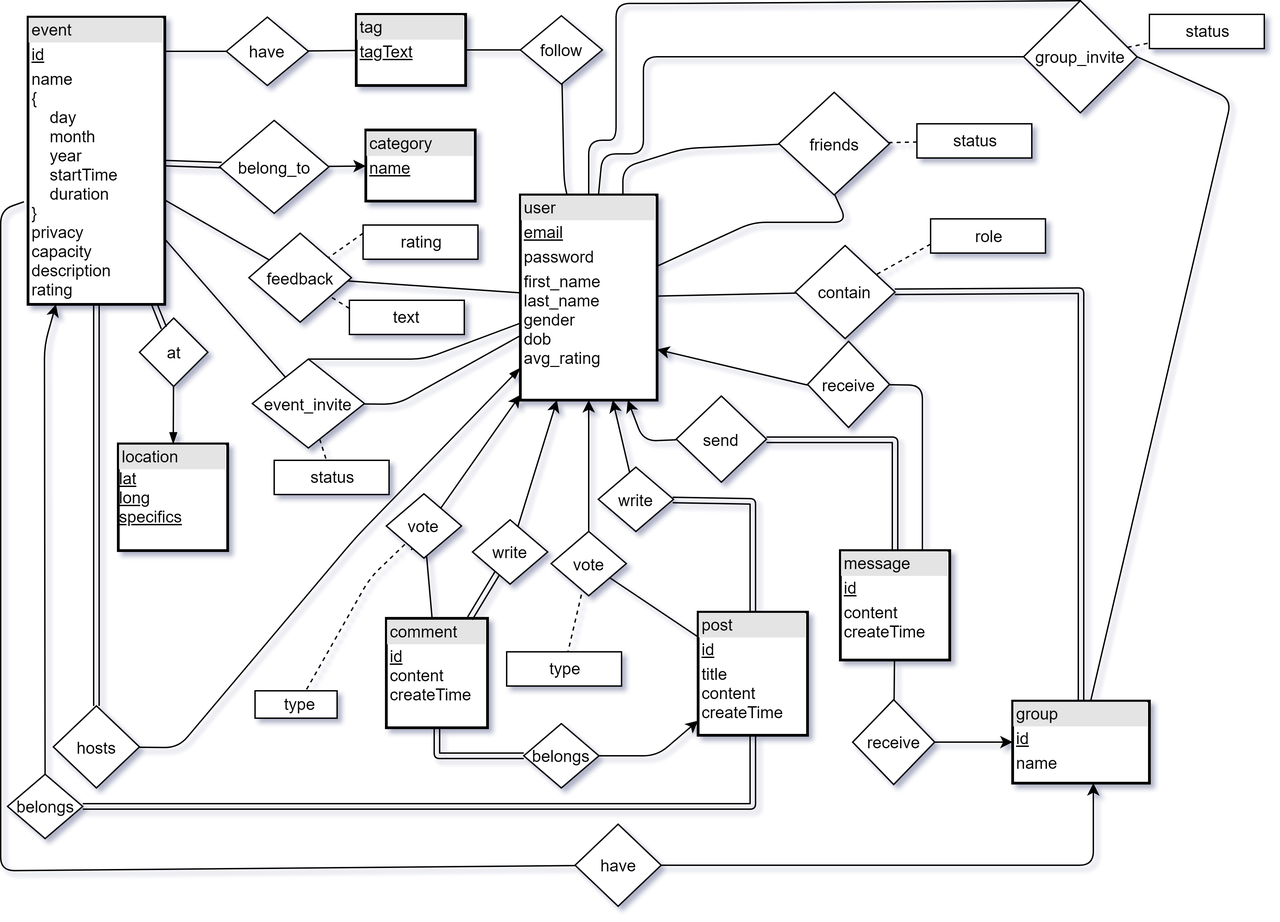
The draw.io diagram doc/diagrams/er_diagram/ERDiagram.png in ahmed-umair/scenes, before a commit. Source tidied: cells renumbered, new cells last; positions are measured from the earlier drawing's top-left corner, leaving out a move shared by most shapes.
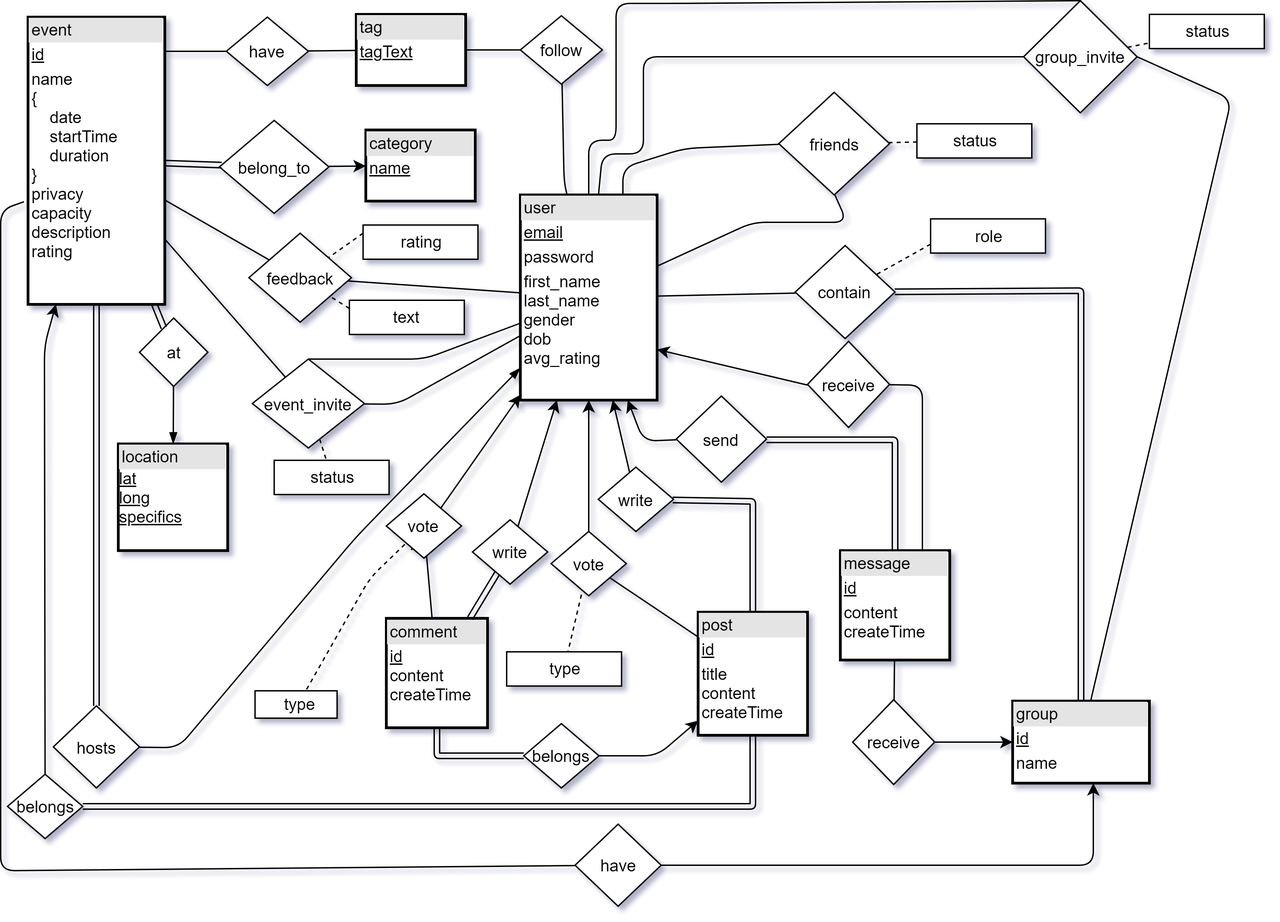
The same diagram one commit later.

What changed in the source:
```diff
@@ -2,7 +2,7 @@
   <root>
     <mxCell id="0" />
     <mxCell id="1" parent="0" />
-    <mxCell id="2" value="&lt;div style=&quot;box-sizing: border-box ; width: 100% ; background: #e4e4e4 ; padding: 2px&quot;&gt;event&lt;/div&gt;&lt;table style=&quot;width: 100% ; font-size: 1em&quot; cellpadding=&quot;2&quot; cellspacing=&quot;0&quot;&gt;&lt;tbody&gt;&lt;tr&gt;&lt;td&gt;&lt;u&gt;id&lt;/u&gt;&lt;/td&gt;&lt;/tr&gt;&lt;tr&gt;&lt;td&gt;name&lt;br&gt;{&lt;br&gt;&amp;nbsp; &amp;nbsp; day&lt;br&gt;&amp;nbsp; &amp;nbsp; month&lt;br&gt;&amp;nbsp; &amp;nbsp; year&lt;br&gt;&amp;nbsp; &amp;nbsp; startTime&lt;br&gt;&amp;nbsp; &amp;nbsp; duration&lt;br&gt;}&lt;br&gt;privacy&lt;br&gt;capacity&lt;br&gt;description&lt;br&gt;rating&lt;/td&gt;&lt;/tr&gt;&lt;tr&gt;&lt;td&gt;&lt;br&gt;&lt;br&gt;&lt;/td&gt;&lt;/tr&gt;&lt;/tbody&gt;&lt;/table&gt;" style="verticalAlign=top;align=left;overflow=fill;html=1;fillColor=#ffffff;strokeWidth=2;" parent="1" vertex="1">
+    <mxCell id="2" value="&lt;div style=&quot;box-sizing: border-box ; width: 100% ; background: #e4e4e4 ; padding: 2px&quot;&gt;event&lt;/div&gt;&lt;table style=&quot;width: 100% ; font-size: 1em&quot; cellpadding=&quot;2&quot; cellspacing=&quot;0&quot;&gt;&lt;tbody&gt;&lt;tr&gt;&lt;td&gt;&lt;u&gt;id&lt;/u&gt;&lt;/td&gt;&lt;/tr&gt;&lt;tr&gt;&lt;td&gt;name&lt;br&gt;{&lt;br&gt;&amp;nbsp; &amp;nbsp; date&lt;br&gt;&amp;nbsp; &amp;nbsp; startTime&lt;br&gt;&amp;nbsp; &amp;nbsp; duration&lt;br&gt;}&lt;br&gt;privacy&lt;br&gt;capacity&lt;br&gt;description&lt;br&gt;rating&lt;/td&gt;&lt;/tr&gt;&lt;tr&gt;&lt;td&gt;&lt;br&gt;&lt;br&gt;&lt;/td&gt;&lt;/tr&gt;&lt;/tbody&gt;&lt;/table&gt;" style="verticalAlign=top;align=left;overflow=fill;html=1;fillColor=#ffffff;strokeWidth=2;" parent="1" vertex="1">
       <mxGeometry x="20" y="12" width="100" height="210" as="geometry" />
     </mxCell>
     <mxCell id="3" value="&lt;div style=&quot;box-sizing: border-box ; width: 100% ; background: #e4e4e4 ; padding: 2px&quot;&gt;tag&lt;/div&gt;&lt;table style=&quot;width: 100% ; font-size: 1em&quot; cellpadding=&quot;2&quot; cellspacing=&quot;0&quot;&gt;&lt;tbody&gt;&lt;tr&gt;&lt;td&gt;&lt;u&gt;tagText&lt;/u&gt;&lt;br&gt;&lt;/td&gt;&lt;/tr&gt;&lt;tr&gt;&lt;td&gt;&lt;br&gt;&lt;/td&gt;&lt;/tr&gt;&lt;/tbody&gt;&lt;/table&gt;" style="verticalAlign=top;align=left;overflow=fill;html=1;fillColor=#ffffff;strokeWidth=2;" parent="1" vertex="1">
```
